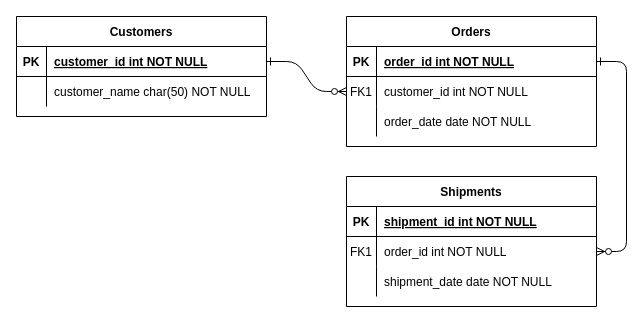
Before: 未命名绘图.drawio in Nirvager/Database_2024, a draw.io diagram. Source tidied: cells renumbered, new cells numbered last; positions are measured from the earlier drawing's top-left corner, leaving out a move shared by most shapes. Both pictures are drawn from the tidied source at 100%, with x=0, y=0 at pixel (16, 16).
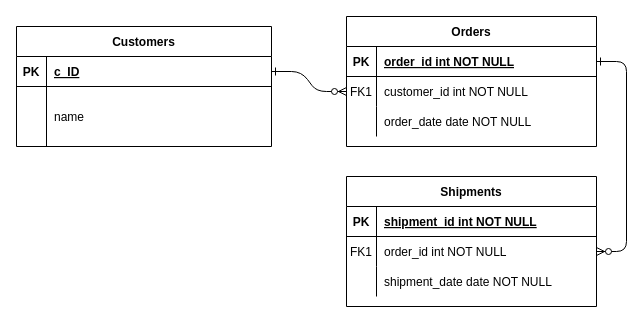
The same diagram, later.

Change to the diagram source:
```diff
@@
     <mxCell id="24" value="Customers" style="shape=table;startSize=30;childLayout=tableLayout;rowLines=0;fontStyle=1;align=center;" parent="1" vertex="1">
-      <mxGeometry width="250" height="100" as="geometry" />
+      <mxGeometry y="10" width="255" height="120" as="geometry" />
     </mxCell>
     <mxCell id="25" style="shape=partialRectangle;fillColor=none;points=[[0,0.5],[1,0.5]];portConstraint=eastwest;top=0;left=0;right=0;bottom=1;" parent="24" vertex="1">
-      <mxGeometry y="30" width="250" height="30" as="geometry" />
+      <mxGeometry y="30" width="255" height="30" as="geometry" />
     </mxCell>
@@
-    <mxCell id="27" value="customer_id int NOT NULL " style="shape=partialRectangle;overflow=hidden;fillColor=none;top=0;left=0;bottom=0;right=0;align=left;spacingLeft=6;fontStyle=5;" parent="25" vertex="1">
-      <mxGeometry x="30" width="220" height="30" as="geometry" />
+    <mxCell id="27" value="c_ID" style="shape=partialRectangle;overflow=hidden;fillColor=none;top=0;left=0;bottom=0;right=0;align=left;spacingLeft=6;fontStyle=5;" parent="25" vertex="1">
+      <mxGeometry x="30" width="225" height="30" as="geometry" />
     </mxCell>
     <mxCell id="28" style="shape=partialRectangle;fillColor=none;top=0;left=0;right=0;bottom=0;" parent="24" vertex="1">
-      <mxGeometry y="60" width="250" height="30" as="geometry" />
+      <mxGeometry y="60" width="255" height="60" as="geometry" />
     </mxCell>
     <mxCell id="29" style="shape=partialRectangle;overflow=hidden;fillColor=none;top=0;left=0;bottom=0;right=0;" parent="28" vertex="1">
-      <mxGeometry width="30" height="30" as="geometry" />
+      <mxGeometry width="30" height="60" as="geometry" />
     </mxCell>
-    <mxCell id="30" value="customer_name char(50) NOT NULL" style="shape=partialRectangle;overflow=hidden;fillColor=none;top=0;left=0;bottom=0;right=0;align=left;spacingLeft=6;" parent="28" vertex="1">
-      <mxGeometry x="30" width="220" height="30" as="geometry" />
+    <mxCell id="30" value="name" style="shape=partialRectangle;overflow=hidden;fillColor=none;top=0;left=0;bottom=0;right=0;align=left;spacingLeft=6;" parent="28" vertex="1">
+      <mxGeometry x="30" width="225" height="60" as="geometry" />
     </mxCell>
```
